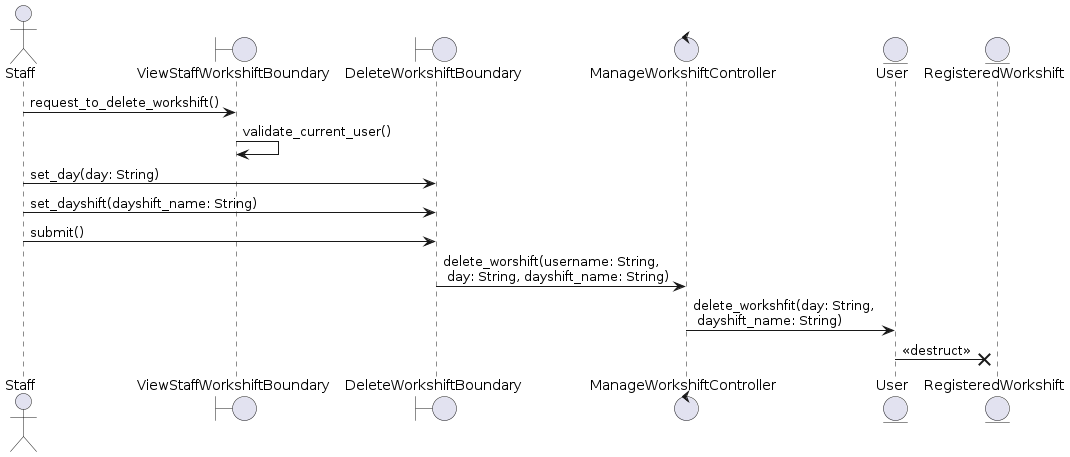
LapTQ/MCT keeps this PlantUML diagram as docs/UML/Sequence Diagrams/delete-workshift.png. Above is the earlier version. Its diagram source:
```plantuml
@startuml

actor Staff as A
boundary ViewStaffWorkshiftBoundary as B1
boundary DeleteWorkshiftBoundary as B2
control ManageWorkshiftController as C
entity User as E3
entity RegisteredWorkshift as E2

A -> B1: request_to_delete_workshift()
B1 -> B1: validate_current_user()
A -> B2: set_day(day: String)
A -> B2: set_dayshift(dayshift_name: String)
A -> B2: submit()
B2 -> C: delete_worshift(username: String, \n day: String, dayshift_name: String)
C -> E3: delete_workshfit(day: String, \n dayshift_name: String)
E3 ->x E2: <<destruct>>


@enduml
```
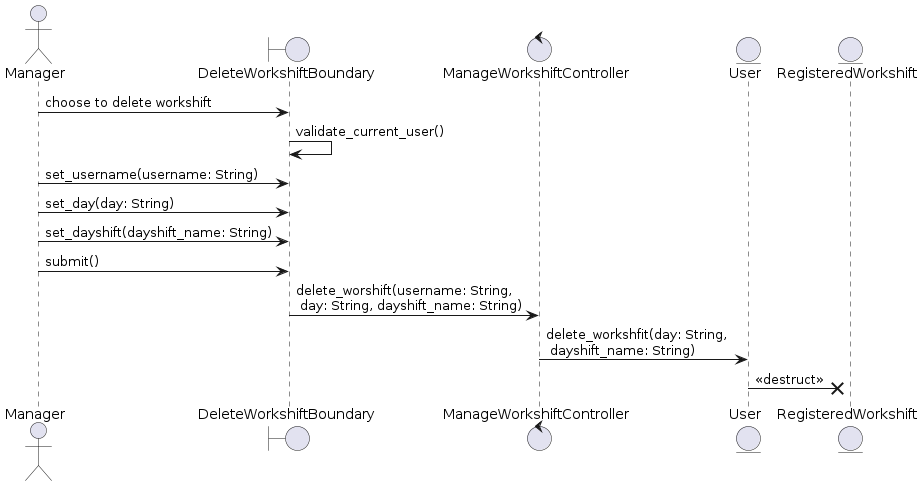
After the change.

Diff of the diagram source:
```diff
@@ -1,14 +1,14 @@
 @startuml
 
-actor Staff as A
-boundary ViewStaffWorkshiftBoundary as B1
+actor Manager as A
 boundary DeleteWorkshiftBoundary as B2
 control ManageWorkshiftController as C
 entity User as E3
 entity RegisteredWorkshift as E2
 
-A -> B1: request_to_delete_workshift()
-B1 -> B1: validate_current_user()
+A -> B2: choose to delete workshift
+B2 -> B2: validate_current_user()
+A -> B2: set_username(username: String)
 A -> B2: set_day(day: String)
 A -> B2: set_dayshift(dayshift_name: String)
 A -> B2: submit()
```
